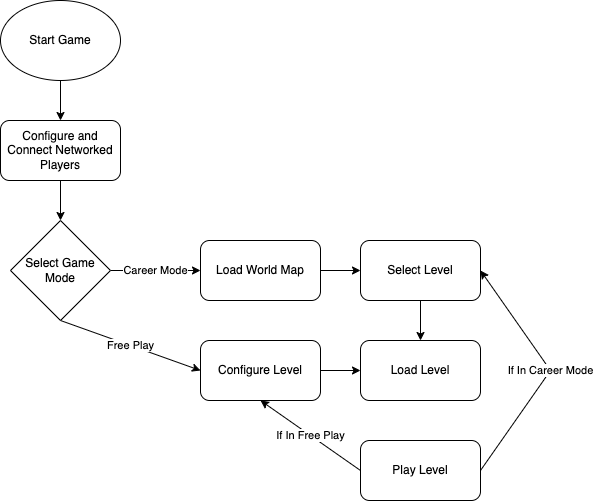
Above: documentation/functional/images/game_play_flow.drawio.png in snowmeltarcade/projectkitchen (draw.io), before the change. Source tidied: cells renumbered, new cells last; positions are measured from the earlier drawing's top-left corner, leaving out a move shared by most shapes. Source of this version:
```xml
<mxGraphModel>
  <root>
    <mxCell id="0" />
    <mxCell id="1" parent="0" />
    <mxCell id="2" style="edgeStyle=none;html=1;" parent="1" edge="1" source="3" target="18">
      <mxGeometry relative="1" as="geometry" />
    </mxCell>
    <mxCell id="3" value="Start Game" style="ellipse;whiteSpace=wrap;html=1;" parent="1" vertex="1">
      <mxGeometry width="120" height="80" as="geometry" />
    </mxCell>
    <mxCell id="4" value="Career Mode" style="edgeStyle=none;html=1;" parent="1" edge="1" source="6" target="8">
      <mxGeometry relative="1" as="geometry" />
    </mxCell>
    <mxCell id="5" value="Free Play" style="edgeStyle=none;html=1;exitX=0.5;exitY=1;exitDx=0;exitDy=0;entryX=0;entryY=0.5;entryDx=0;entryDy=0;" parent="1" edge="1" source="6" target="12">
      <mxGeometry relative="1" as="geometry" />
    </mxCell>
    <mxCell id="6" value="Select Game Mode" style="rhombus;whiteSpace=wrap;html=1;" parent="1" vertex="1">
      <mxGeometry x="10" y="220" width="100" height="100" as="geometry" />
    </mxCell>
    <mxCell id="7" style="edgeStyle=none;html=1;" parent="1" edge="1" source="8" target="10">
      <mxGeometry relative="1" as="geometry" />
    </mxCell>
    <mxCell id="8" value="Load World Map" style="rounded=1;whiteSpace=wrap;html=1;" parent="1" vertex="1">
      <mxGeometry x="200" y="240" width="120" height="60" as="geometry" />
    </mxCell>
    <mxCell id="9" style="edgeStyle=none;html=1;" parent="1" edge="1" source="10" target="13">
      <mxGeometry relative="1" as="geometry" />
    </mxCell>
    <mxCell id="10" value="Select Level" style="rounded=1;whiteSpace=wrap;html=1;" parent="1" vertex="1">
      <mxGeometry x="360" y="240" width="120" height="60" as="geometry" />
    </mxCell>
    <mxCell id="11" style="edgeStyle=none;html=1;" parent="1" edge="1" source="12" target="13">
      <mxGeometry relative="1" as="geometry" />
    </mxCell>
    <mxCell id="12" value="Configure Level" style="rounded=1;whiteSpace=wrap;html=1;" parent="1" vertex="1">
      <mxGeometry x="200" y="340" width="120" height="60" as="geometry" />
    </mxCell>
    <mxCell id="13" value="Load Level" style="rounded=1;whiteSpace=wrap;html=1;" parent="1" vertex="1">
      <mxGeometry x="360" y="340" width="120" height="60" as="geometry" />
    </mxCell>
    <mxCell id="14" value="If In Career Mode" style="edgeStyle=none;html=1;exitX=1;exitY=0.5;exitDx=0;exitDy=0;entryX=1;entryY=0.5;entryDx=0;entryDy=0;" parent="1" edge="1" source="16" target="10">
      <mxGeometry relative="1" as="geometry">
        <Array as="points">
          <mxPoint x="550" y="370" />
        </Array>
      </mxGeometry>
    </mxCell>
    <mxCell id="15" value="If In Free Play" style="edgeStyle=none;html=1;exitX=0;exitY=0.5;exitDx=0;exitDy=0;entryX=0.5;entryY=1;entryDx=0;entryDy=0;" parent="1" edge="1" source="16" target="12">
      <mxGeometry relative="1" as="geometry" />
    </mxCell>
    <mxCell id="16" value="Play Level" style="rounded=1;whiteSpace=wrap;html=1;" parent="1" vertex="1">
      <mxGeometry x="360" y="440" width="120" height="60" as="geometry" />
    </mxCell>
    <mxCell id="17" style="edgeStyle=none;html=1;" parent="1" edge="1" source="18" target="6">
      <mxGeometry relative="1" as="geometry" />
    </mxCell>
    <mxCell id="18" value="Configure and Connect Networked Players" style="rounded=1;whiteSpace=wrap;html=1;" parent="1" vertex="1">
      <mxGeometry y="120" width="120" height="60" as="geometry" />
    </mxCell>
  </root>
</mxGraphModel>
```
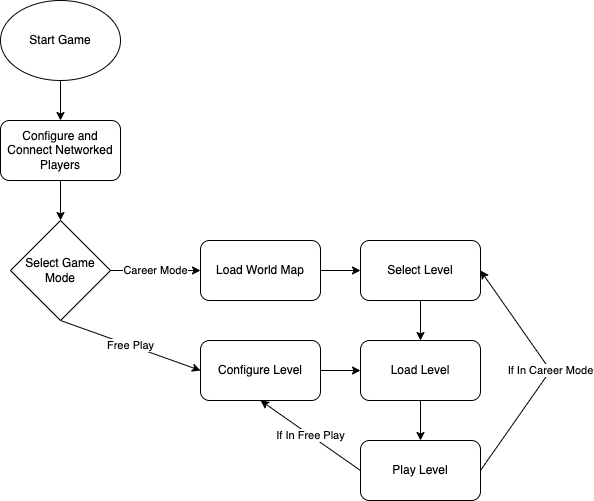
Later version of the same file.

Change to the diagram source:
```diff
@@ -35,6 +35,9 @@
     <mxCell id="12" value="Configure Level" style="rounded=1;whiteSpace=wrap;html=1;" parent="1" vertex="1">
       <mxGeometry x="200" y="340" width="120" height="60" as="geometry" />
     </mxCell>
+    <mxCell id="19" style="edgeStyle=none;html=1;" parent="1" edge="1" source="13" target="16">
+      <mxGeometry relative="1" as="geometry" />
+    </mxCell>
     <mxCell id="13" value="Load Level" style="rounded=1;whiteSpace=wrap;html=1;" parent="1" vertex="1">
       <mxGeometry x="360" y="340" width="120" height="60" as="geometry" />
     </mxCell>
```
